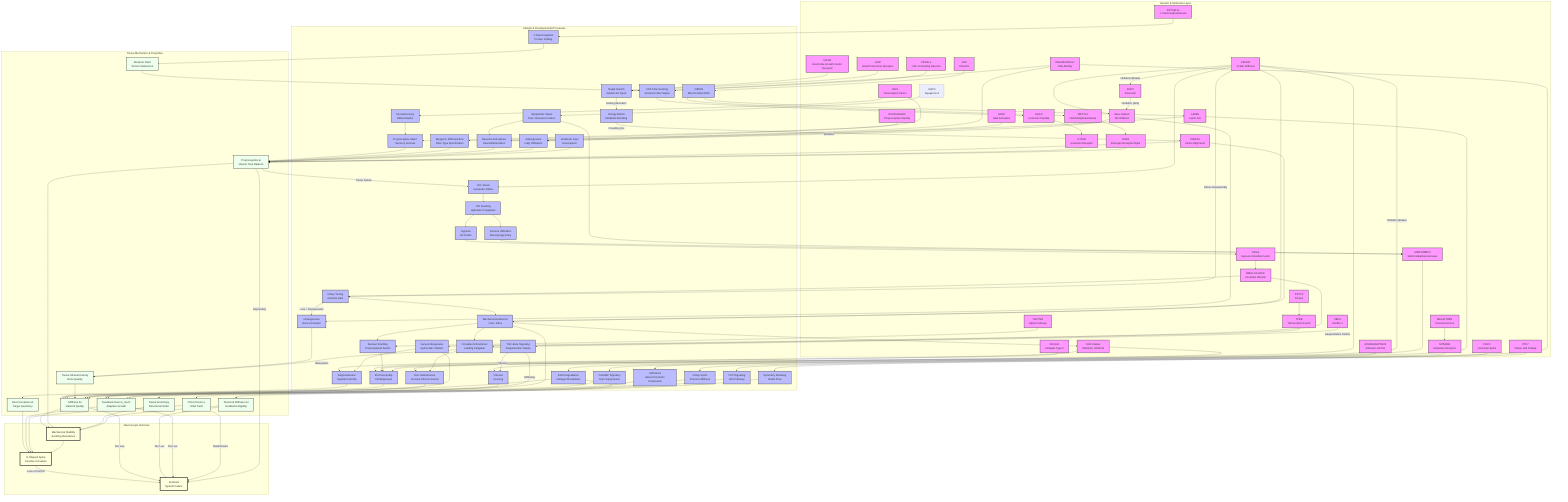
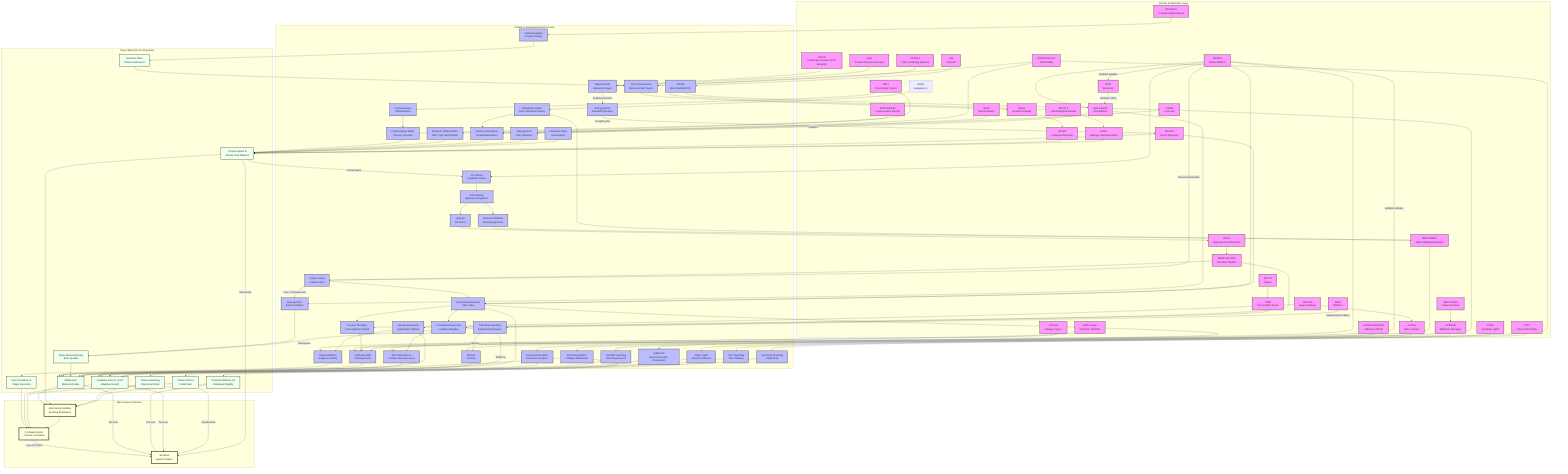
graph TD
    %% Subgraphs for Organization
    subgraph Genetics [Genetic & Molecular Layer]
        HOX[HOX Cluster<br/>HOXA10, HOXD11]
        COL[COL2A1<br/>Collagen Type II]
        PIEZO1[PIEZO1<br/>Scalar Stiffness]
        PIEZO2[PIEZO2<br/>Vector Alignment]
        CILIA[DNAH5/PKD1L1<br/>Cilia Motility]
        LBX1[LBX1<br/>Transcription Factor]
        ADGRG6[ADGRG6/GPR126<br/>Adhesion GPCR]
        PTK7[PTK7<br/>Planar Cell Polarity]
        YAP[YAP/TAZ<br/>Hippo Pathway]
        PKD2L1[PKD2L1<br/>CSF-Contacting Neurons]
        MMP[MMP1/MMP3<br/>Matrix Metalloproteinases]
        URP[Urp1/2<br/>Urotensin Peptide]
        UTS2R[UTS2R<br/>Urotensin Receptor]
        GFAP[GFAP<br/>Glial Activation]
        VIM[VIM<br/>Vimentin]
        LAMIN[LAMIN<br/>Lamin A/C]
        BMAL1[BMAL1/CLOCK<br/>Circadian Rhythm]
        RUNX3[RUNX3/EGR3<br/>Proprioceptive Identity]
        METTL3[METTL3<br/>m6A Methyltransferase]
        ESR1[ESR1<br/>Estrogen Receptor Alpha]
        AQP4[AQP4<br/>Aquaporin-4]
        MELATONIN[MELATONIN<br/>Pineal Hormone]
        MT2[MTNR1B<br/>Melatonin Receptor]
        HIF1A[HIF1A<br/>Hypoxia Inducible Factor]
        POC5[POC5<br/>Centriolar Splint]
        DSTYK[DSTYK<br/>Kinase]
        TFEB[TFEB<br/>Transcription Factor]
        Beta_Catenin[Beta-Catenin<br/>Wnt Effector]
        DPY19L1L[DPY19L1L<br/>C-mannosyltransferase]
        IGF1R[IGF1R<br/>Insulin-like Growth Factor Receptor]
        GHR[GHR<br/>Growth Hormone Receptor]
        SOST[SOST<br/>Sclerostin]
        FBN1[FBN1<br/>Fibrillin-1]
+         CCN[CCN1/2<br/>Matrix Protein]
    end

    subgraph Processes [Cellular & Developmental Processes]
        Astrogliosis[Reactive Astrogliosis<br/>Neuroinflammation]
        Region[Regionalization<br/>Segment Identity]
        ECM_Assembly[ECM Assembly<br/>Fibrillogenesis]
        Nucl_Shuttle[Nuclear Shuttling<br/>Transcriptional Switch]
        Mech_Trans[Mechanotransduction<br/>Ca2+ Influx]
        Sym_Break[Symmetry Breaking<br/>Nodal Flow]
        CSF_Sensing[CSF Flow Sensing<br/>Reissner Fiber Signal]
        Neur_Diff[Somatosensory<br/>Differentiation]
        Muscle_Diff[Myogenic Differentiation<br/>Fiber Type Specification]
        Disc_Maint[Disc Maintenance<br/>Annulus Fibrosis Fusion]
        PCP_Sig[PCP Signaling<br/>Wnt Pathway]
        Degradation[ECM Degradation<br/>Collagen Breakdown]
        mtROS[mtROS<br/>Mitochondrial ROS]
        Adipogenesis[Adipogenesis<br/>Fatty Infiltration]
        Hydraulic_Congestion[IVD Swelling<br/>Hydraulic Congestion]
        Immune_Infilt[Immune Infiltration<br/>Macrophage Entry]
        Circadian_Entrain[Circadian Entrainment<br/>Loading Zeitgeber]
        Proprio_Maint[Proprioceptive Maint.<br/>Sensory Survival]
        H3K9me3[H3K9me3<br/>Heterochromatin Compaction]
        VCL_Stasis[VCL Stasis<br/>Lymphatic Reflux]
        Glymphatic_Stasis[Glymphatic Stasis<br/>Toxic Clearance Failure]
        Vestibular_Input[Vestibular Input<br/>Graviception]
        Gi_cAMP[Gi/cAMP Signaling<br/>Gain Suppression]
        Ciliary_Tuning[Ciliary Tuning<br/>Antenna Gain]
        Hypoxia[Hypoxia<br/>O2 Deficit]
        Osteogenesis[Osteogenesis<br/>Bone Formation]
        Ciliary_Splint[Ciliary Splint<br/>Antenna Stiffness]
        Vacuole_Biogenesis[Vacuole Biogenesis<br/>Hydrostatic Inflation]
        C_Mannosylation[C-Mannosylation<br/>Protein Folding]
        Rapid_Growth[Rapid Growth<br/>Adolescent Spurt]
        Energy_Deficit[Energy Deficit<br/>Metabolic Buckling]
        Fibrosis[Fibrosis<br/>Scarring]
        TGFB[TGF-Beta Signaling<br/>Sequestration Failure]
+         Osteocyte_Dendrite[Osteocyte Dendrites<br/>Network Formation]
    end

    subgraph Tissue [Tissue Mechanics & Properties]
        Rest_Kappa[Rest Curvature κ0<br/>Target Geometry]
        Stiffness[Stiffness EI<br/>Material Quality]
        Torsional_Stiffness[Torsional Stiffness GJ<br/>Rotational Rigidity]
        Gain[Feedback Gain G_mech<br/>Adaptive Growth]
        Torsion[Chiral Torsion ε<br/>Initial Twist]
        Muscle_Tone[Proprioception &<br/>Muscle Tone Balance]
        Anisotropy[Tissue Anisotropy<br/>Directional Order]
        TMD[Tissue Mineral Density<br/>Bone Quality]
        Reissner_Fiber[Reissner Fiber<br/>Tension Reference]
    end

    subgraph Outcome [Macroscopic Outcome]
        S_Curve[S-Shaped Spine<br/>Counter-Curvature]
        Stability[Mechanical Stability<br/>Buckling Resistance]
        Scoliosis[Scoliosis<br/>System Failure]
    end

    %% Connections
    HOX --> Region
    Region --> Rest_Kappa
    Rest_Kappa --> S_Curve

    COL --> ECM_Assembly
    ECM_Assembly --> Stiffness
    Stiffness --> Stability

    PIEZO1 --> Mech_Trans
    PIEZO2 --> Mech_Trans
    Mech_Trans --> Gain
    Gain --> S_Curve

    %% NEW ARC: Piezo Duality (Vector-Scalar Mismatch)
    PIEZO1 --> ECM_Assembly
    PIEZO2 --> Muscle_Tone

    CILIA --> Sym_Break
    Sym_Break --> Torsion
    Torsion --> S_Curve

    LBX1 --> Neur_Diff
    LBX1 --> Muscle_Diff
    Neur_Diff --> Proprio_Maint
    Proprio_Maint --> Muscle_Tone
    Muscle_Diff --> Muscle_Tone
    Muscle_Tone --> Stability

    %% NEW ARC: Proprioceptive Maintenance
    RUNX3 --> Proprio_Maint

    %% NEW ARC: ADGRG6
    ADGRG6 --> Disc_Maint
    Disc_Maint --> Stiffness

    %% NEW ARC: PTK7
    PTK7 --> PCP_Sig
    PCP_Sig --> Anisotropy
    Anisotropy --> Stability

    %% NEW ARC: YAP/TAZ
    YAP --> Nucl_Shuttle
    Nucl_Shuttle --> ECM_Assembly
    Mech_Trans --> Nucl_Shuttle

+     %% NEW ARC: Osteocyte Dendrite Cost Mechanism (Hu et al. 2025)
+     YAP --> CCN
+     CCN --> Osteocyte_Dendrite
+     Osteocyte_Dendrite --> Gain
+ 
    %% NEW ARC: CSF/Reissner Fiber
    CILIA --> CSF_Sensing
    PKD2L1 --> CSF_Sensing
    CSF_Sensing --> URP
    URP --> UTS2R
    UTS2R --> Muscle_Tone

    %% NEW ARC: MMP Degradation
    MMP --> Degradation
    Degradation --> Stiffness

    %% NEW ARC: Neuro-Inflammatory Pathway
    CILIA --> Astrogliosis
    GFAP --> Astrogliosis
    Astrogliosis --> Muscle_Tone

    %% NEW ARC: Vimentin Metabolic Switch
    VIM --> mtROS
    mtROS --> LAMIN
    LAMIN --> Adipogenesis
    Adipogenesis --> Muscle_Tone

    %% NEW ARC: Inflamed Torsion
    Hydraulic_Congestion --> Immune_Infilt
    Immune_Infilt --> MMP
    Degradation --> Torsional_Stiffness
    Torsional_Stiffness --> Stability

    %% NEW ARC: Glymphatic Stasis
    AQP4 --> Glymphatic_Stasis
    Glymphatic_Stasis --> Astrogliosis

    %% NEW ARC: Glymphatic-MMP Axis (Chen et al., 2025)
    Glymphatic_Stasis --> MMP

    %% NEW ARC: Melatonin Gain Control
    MELATONIN --> MT2
    MT2 --> Gi_cAMP
    Gi_cAMP --> Gain

    %% NEW ARC: Vestibular Asymmetry
    Vestibular_Input --> Muscle_Tone

    %% Cross-Talk and Failures
    Stability --> S_Curve
    S_Curve -- "Loss of Control" --> Scoliosis
    Stiffness -- "Too Low" --> Scoliosis
    Torsional_Stiffness -- "Too Low" --> Scoliosis
    Gain -- "Too Low" --> Scoliosis
    Torsion -- "Randomized" --> Scoliosis
    Muscle_Tone -- "Asymmetry" --> Scoliosis

    %% Styling
    classDef gene fill:#f9f,stroke:#333,stroke-width:2px;
    classDef process fill:#bbf,stroke:#333,stroke-width:2px;
    classDef tissue fill:#efe,stroke:#333,stroke-width:2px;
    classDef outcome fill:#ffd,stroke:#333,stroke-width:4px;

    %% NEW ARC: Spinal Jetlag
    BMAL1 --> Circadian_Entrain
    Mech_Trans --> Circadian_Entrain
    Circadian_Entrain --> Disc_Maint

    %% NEW ARC: Tunable Antenna (Miyoshi et al., 2024)
    BMAL1 --> Ciliary_Tuning
    Ciliary_Tuning --> Mech_Trans

    %% NEW ARC: Epigenetic Asymmetry
    mtROS --> METTL3
    METTL3 --> ESR1
    ESR1 --> Muscle_Tone

    %% NEW ARC: Nuclear Stiffness (Scalar Senescence)
    LAMIN --> H3K9me3
    H3K9me3 --> Gain

    %% NEW ARC: Lymphatic Drainage Pathway (VCL)
    Muscle_Tone -- "Pump Failure" --> VCL_Stasis
    VCL_Stasis --> Hydraulic_Congestion

    %% NEW ARC: Hypoxic Clock Block (HIF1A)
    Hydraulic_Congestion --> Hypoxia
    Hypoxia --> HIF1A
    HIF1A --> BMAL1

    %% NEW ARC: Tension-Dependent Identity (HOX)
    Mech_Trans --> HOX
    HOX --> ECM_Assembly

    %% NEW ARC: Bone Mineralization (Ramli et al., 2024)
    %% PIEZO1 --> Osteogenesis (Replaced by BMSC Switch below)
    Osteogenesis --> TMD
    TMD --> Stiffness

    %% NEW ARC: BMSC Fate Switch (Li et al., 2023)
    PIEZO1 --> Beta_Catenin
    Beta_Catenin --> Osteogenesis
    Beta_Catenin -- "Inhibition" --> Adipogenesis

    %% NEW ARC: Centriolar Splint (POC5)
    POC5 --> Ciliary_Splint
    Ciliary_Splint --> Gain

    %% NEW ARC: Hydrostatic Skeleton (DSTYK/TFEB)
    DSTYK --> TFEB
    TFEB --> Vacuole_Biogenesis
    Vacuole_Biogenesis --> Stiffness
    Vacuole_Biogenesis --> Region

    %% NEW ARC: Piezo-Cilia Stress Lock (Chen et al., 2025)
    PIEZO1 -- "Stress Disassembly" --> Ciliary_Tuning
    Ciliary_Tuning -- "Loss = Derepression" --> Osteogenesis

    %% NEW ARC: Sweet String Pathway (DPY19L1L)
    DPY19L1L --> C_Mannosylation
    C_Mannosylation --> Reissner_Fiber
    Reissner_Fiber --> CSF_Sensing

    %% NEW ARC: Metabolic Buckling Pathway
    IGF1R --> Rapid_Growth
    GHR --> Rapid_Growth
    Rapid_Growth -- "Scaling Mismatch" --> Energy_Deficit
    Energy_Deficit -- "Crowding Out" --> PIEZO2

    %% NEW ARC: Piezo-Lymphatic Baroreflex
    PIEZO1 --> VCL_Stasis

    %% NEW ARC: Piezo-Fibrosis Brake (Rashidi et al., 2025)
    PIEZO1 -- "Inhibition (Brake)" --> Fibrosis
    Fibrosis --> Stiffness

    %% NEW ARC: Sclerostin Brake (Vasiliadis 2021)
    PIEZO1 -- "Inhibition (Brake)" --> SOST
    SOST -- "Inhibition (Wnt)" --> Beta_Catenin

    %% NEW ARC: Fibrillin-TGFB Tether (Marfanoid Mechanism)
    FBN1 -- "Sequestration Failure" --> TGFB
    TGFB -- "Osteopenia" --> TMD
    TGFB -- "Fibrosis" --> Fibrosis
    TGFB -- "Stiffening" --> Stiffness

-     class HOX,COL,PIEZO1,PIEZO2,CILIA,LBX1,ADGRG6,PTK7,YAP,PKD2L1,MMP,URP,UTS2R,GFAP,VIM,LAMIN,BMAL1,RUNX3,METTL3,ESR1,MELATONIN,MT2,HIF1A,POC5,DSTYK,TFEB,Beta_Catenin,DPY19L1L,IGF1R,GHR,SOST,FBN1 gene;
-     class Region,ECM_Assembly,Mech_Trans,Sym_Break,Neur_Diff,Muscle_Diff,Disc_Maint,PCP_Sig,Nucl_Shuttle,CSF_Sensing,Degradation,Astrogliosis,mtROS,Adipogenesis,Hydraulic_Congestion,Immune_Infilt,Circadian_Entrain,Proprio_Maint,H3K9me3,VCL_Stasis,Glymphatic_Stasis,Vestibular_Input,Gi_cAMP,Ciliary_Tuning,Hypoxia,Osteogenesis,Ciliary_Splint,Vacuole_Biogenesis,C_Mannosylation,Rapid_Growth,Energy_Deficit,Fibrosis,TGFB process;
+     class HOX,COL,PIEZO1,PIEZO2,CILIA,LBX1,ADGRG6,PTK7,YAP,PKD2L1,MMP,URP,UTS2R,GFAP,VIM,LAMIN,BMAL1,RUNX3,METTL3,ESR1,MELATONIN,MT2,HIF1A,POC5,DSTYK,TFEB,Beta_Catenin,DPY19L1L,IGF1R,GHR,SOST,FBN1,CCN gene;
+     class Region,ECM_Assembly,Mech_Trans,Sym_Break,Neur_Diff,Muscle_Diff,Disc_Maint,PCP_Sig,Nucl_Shuttle,CSF_Sensing,Degradation,Astrogliosis,mtROS,Adipogenesis,Hydraulic_Congestion,Immune_Infilt,Circadian_Entrain,Proprio_Maint,H3K9me3,VCL_Stasis,Glymphatic_Stasis,Vestibular_Input,Gi_cAMP,Ciliary_Tuning,Hypoxia,Osteogenesis,Ciliary_Splint,Vacuole_Biogenesis,C_Mannosylation,Rapid_Growth,Energy_Deficit,Fibrosis,TGFB,Osteocyte_Dendrite process;
    class Rest_Kappa,Stiffness,Torsional_Stiffness,Gain,Torsion,Muscle_Tone,Anisotropy,TMD,Reissner_Fiber tissue;
    class S_Curve,Stability,Scoliosis outcome;
